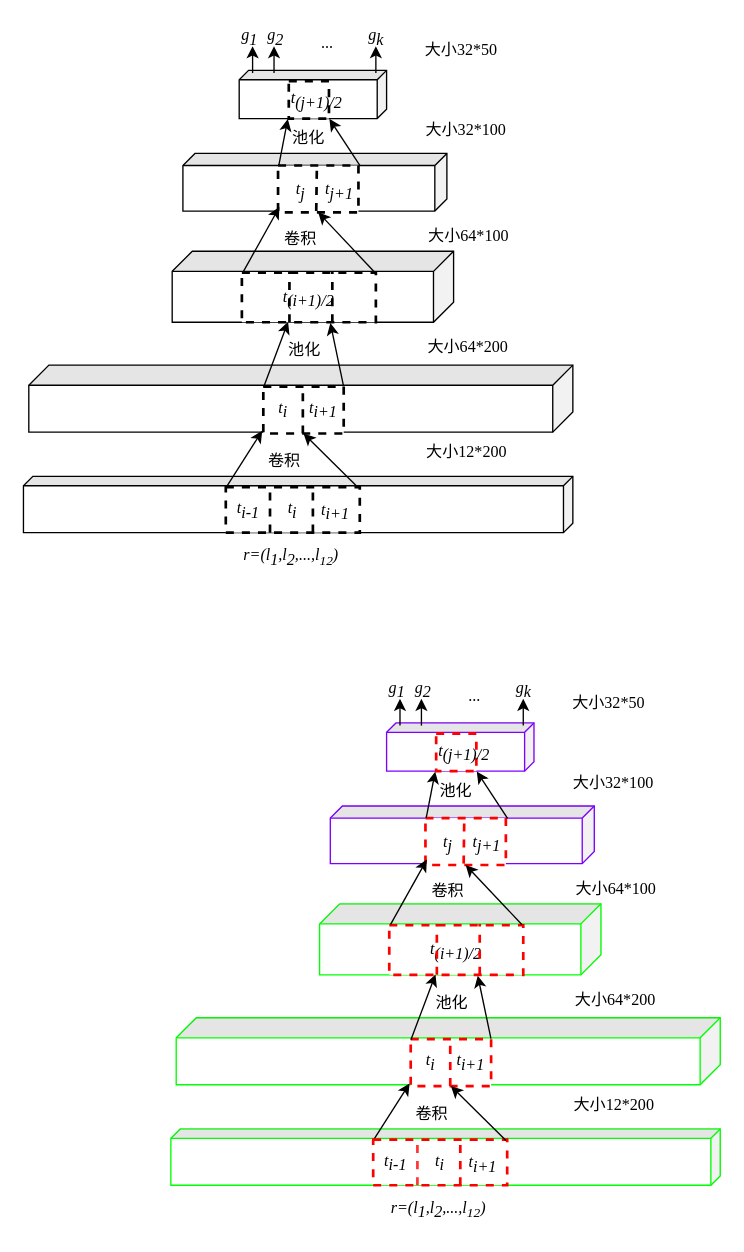
Above: 一维卷积.drawio in ByronGe/ff (draw.io), before the change. Source tidied: cells renumbered, new cells numbered last; positions are measured from the earlier drawing's top-left corner, leaving out a move shared by most shapes. Both pictures are drawn from the tidied source at 134%, with x=0, y=0 at pixel (23, 23).
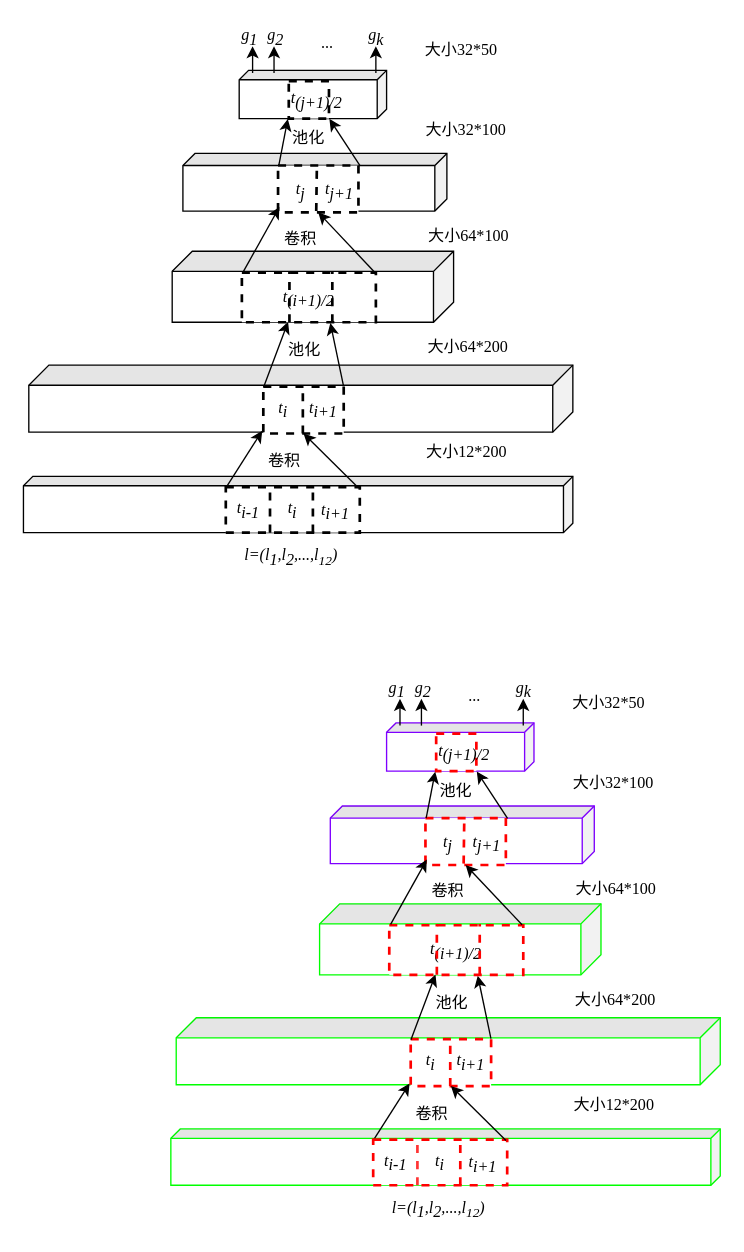
The same page after the edit.

What changed in the source:
```diff
@@
-    <mxCell id="14" value="&lt;font style=&quot;font-size: 12px&quot;&gt;&lt;font style=&quot;font-size: 12px&quot;&gt;&lt;i style=&quot;font-size: 12px&quot;&gt;&lt;span style=&quot;font-size: 12px&quot;&gt;&amp;nbsp;r=(l&lt;/span&gt;&lt;sub style=&quot;font-size: 12px&quot;&gt;1&lt;/sub&gt;&lt;span style=&quot;font-size: 12px&quot;&gt;,l&lt;/span&gt;&lt;sub style=&quot;font-size: 12px&quot;&gt;2&lt;/sub&gt;&lt;span style=&quot;font-size: 12px&quot;&gt;,...,l&lt;/span&gt;&lt;span style=&quot;font-size: 12px&quot;&gt;&lt;sub&gt;12&lt;/sub&gt;&lt;/span&gt;&lt;/i&gt;&lt;/font&gt;&lt;i style=&quot;font-size: 12px&quot;&gt;)&lt;/i&gt;&lt;/font&gt;" style="text;html=1;strokeColor=none;fillColor=none;align=center;verticalAlign=middle;whiteSpace=wrap;rounded=0;dashed=1;fontFamily=Times New Roman;fontSize=12;" parent="1" vertex="1">
+    <mxCell id="14" value="&lt;font style=&quot;font-size: 12px&quot;&gt;&lt;font style=&quot;font-size: 12px&quot;&gt;&lt;i style=&quot;font-size: 12px&quot;&gt;&lt;span style=&quot;font-size: 12px&quot;&gt;&amp;nbsp;l=(l&lt;/span&gt;&lt;sub style=&quot;font-size: 12px&quot;&gt;1&lt;/sub&gt;&lt;span style=&quot;font-size: 12px&quot;&gt;,l&lt;/span&gt;&lt;sub style=&quot;font-size: 12px&quot;&gt;2&lt;/sub&gt;&lt;span style=&quot;font-size: 12px&quot;&gt;,...,l&lt;/span&gt;&lt;span style=&quot;font-size: 12px&quot;&gt;&lt;sub&gt;12&lt;/sub&gt;&lt;/span&gt;&lt;/i&gt;&lt;/font&gt;&lt;i style=&quot;font-size: 12px&quot;&gt;)&lt;/i&gt;&lt;/font&gt;" style="text;html=1;strokeColor=none;fillColor=none;align=center;verticalAlign=middle;whiteSpace=wrap;rounded=0;dashed=1;fontFamily=Times New Roman;fontSize=12;" parent="1" vertex="1">
       <mxGeometry x="103.5" y="382" width="189" height="31" as="geometry" />
     </mxCell>
@@
-    <mxCell id="62" value="&lt;font style=&quot;font-size: 12px&quot;&gt;&lt;font style=&quot;font-size: 12px&quot;&gt;&lt;i style=&quot;font-size: 12px&quot;&gt;&lt;span style=&quot;font-size: 12px&quot;&gt;&amp;nbsp;r=(l&lt;/span&gt;&lt;sub style=&quot;font-size: 12px&quot;&gt;1&lt;/sub&gt;&lt;span style=&quot;font-size: 12px&quot;&gt;,l&lt;/span&gt;&lt;sub style=&quot;font-size: 12px&quot;&gt;2&lt;/sub&gt;&lt;span style=&quot;font-size: 12px&quot;&gt;,...,l&lt;/span&gt;&lt;span style=&quot;font-size: 12px&quot;&gt;&lt;sub&gt;12&lt;/sub&gt;&lt;/span&gt;&lt;/i&gt;&lt;/font&gt;&lt;i style=&quot;font-size: 12px&quot;&gt;)&lt;/i&gt;&lt;/font&gt;" style="text;html=1;strokeColor=none;fillColor=none;align=center;verticalAlign=middle;whiteSpace=wrap;rounded=0;dashed=1;fontFamily=Times New Roman;fontSize=12;" parent="1" vertex="1">
+    <mxCell id="62" value="&lt;font style=&quot;font-size: 12px&quot;&gt;&lt;font style=&quot;font-size: 12px&quot;&gt;&lt;i style=&quot;font-size: 12px&quot;&gt;&lt;span style=&quot;font-size: 12px&quot;&gt;&amp;nbsp;l=(l&lt;/span&gt;&lt;sub style=&quot;font-size: 12px&quot;&gt;1&lt;/sub&gt;&lt;span style=&quot;font-size: 12px&quot;&gt;,l&lt;/span&gt;&lt;sub style=&quot;font-size: 12px&quot;&gt;2&lt;/sub&gt;&lt;span style=&quot;font-size: 12px&quot;&gt;,...,l&lt;/span&gt;&lt;span style=&quot;font-size: 12px&quot;&gt;&lt;sub&gt;12&lt;/sub&gt;&lt;/span&gt;&lt;/i&gt;&lt;/font&gt;&lt;i style=&quot;font-size: 12px&quot;&gt;)&lt;/i&gt;&lt;/font&gt;" style="text;html=1;strokeColor=none;fillColor=none;align=center;verticalAlign=middle;whiteSpace=wrap;rounded=0;dashed=1;fontFamily=Times New Roman;fontSize=12;" parent="1" vertex="1">
       <mxGeometry x="213.5" y="869" width="189" height="31" as="geometry" />
     </mxCell>
```
